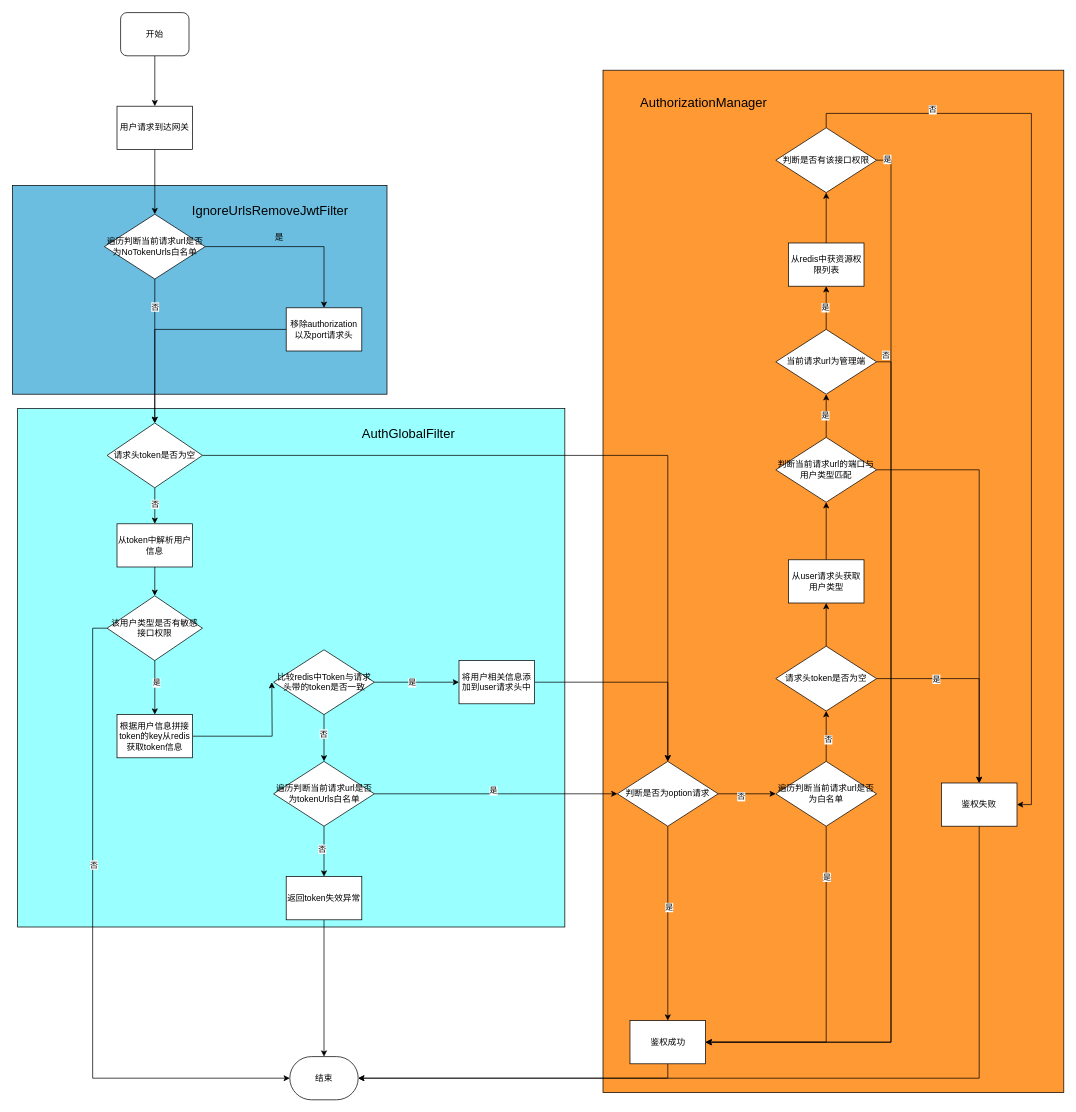
hl3482477/BigDataLearnIng keeps this draw.io diagram as drawio/nct_auth.drawio. Above is the earlier version. Source tidied: cells renumbered, new cells numbered last; positions are measured from the earlier drawing's top-left corner, leaving out a move shared by most shapes. Both pictures are drawn from the tidied source at 72%, with x=0, y=0 at pixel (12, 12).
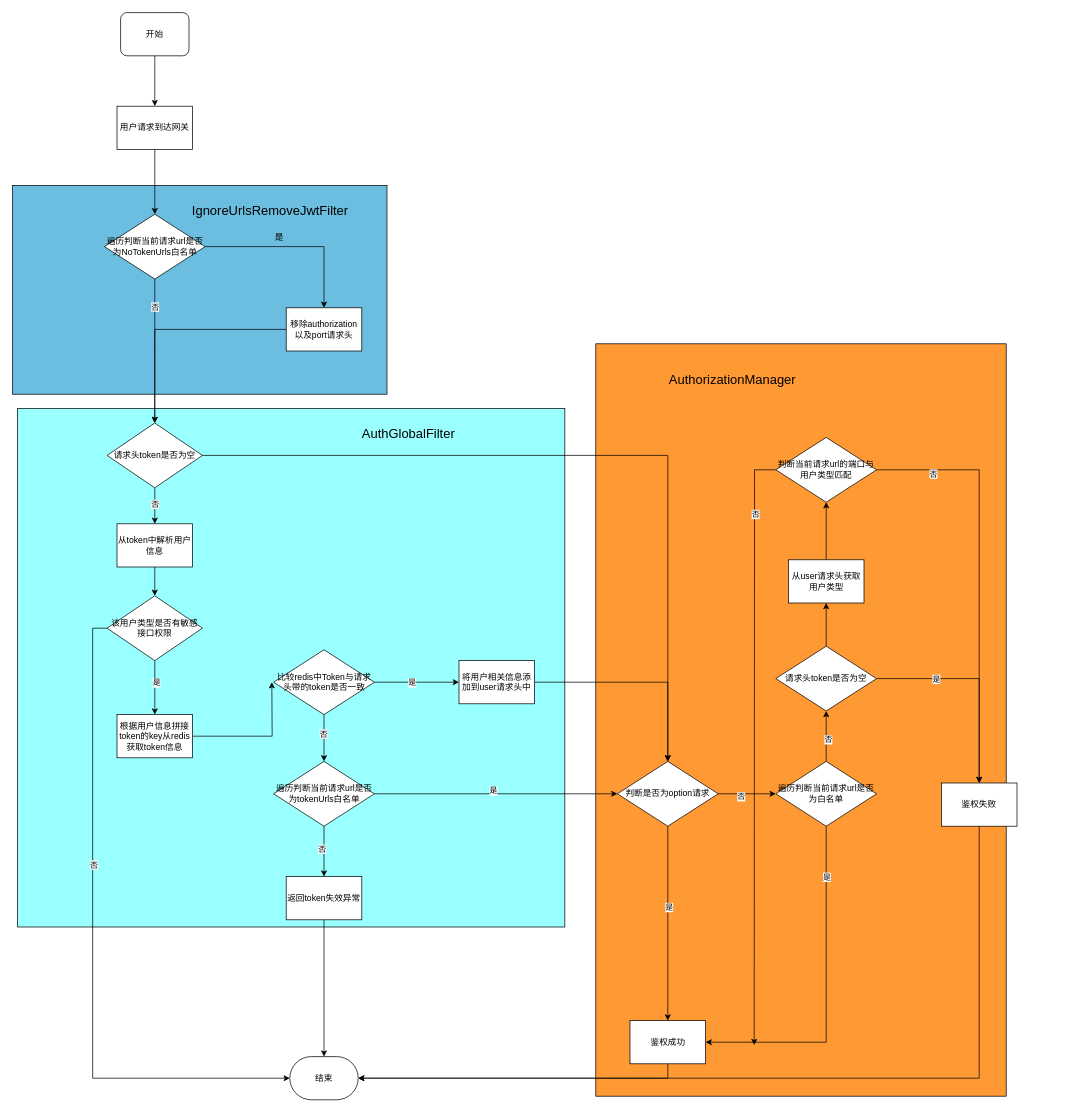
The same diagram, later.

Unchanged cells that the change refers to:
```xml
<mxCell id="56" style="edgeStyle=orthogonalEdgeStyle;rounded=0;jettySize=auto;html=1;exitX=1;exitY=0.5;exitDx=0;exitDy=0;entryX=0.5;entryY=0;entryDx=0;entryDy=0;" parent="1" edge="1" source="59" target="69">
  <mxGeometry relative="1" as="geometry" />
</mxCell>
<mxCell id="59" value="判断当前请求url的端口与用户类型匹配" style="rhombus;whiteSpace=wrap;html=1;" parent="1" vertex="1">
  <mxGeometry x="1060" y="590" width="140" height="90" as="geometry" />
</mxCell>
<mxCell id="67" value="鉴权成功" style="rounded=0;whiteSpace=wrap;html=1;" parent="1" vertex="1">
  <mxGeometry x="857.5" y="1400" width="105" height="60" as="geometry" />
</mxCell>
<mxCell id="69" value="鉴权失败" style="rounded=0;whiteSpace=wrap;html=1;" parent="1" vertex="1">
  <mxGeometry x="1290" y="1070" width="105" height="60" as="geometry" />
</mxCell>
```

What changed in the source:
```diff
@@
     <mxCell id="2" style="rounded=0;whiteSpace=wrap;html=1;fillColor=#FF9933;" parent="1" vertex="1">
-      <mxGeometry x="820" y="80" width="640" height="1420" as="geometry" />
+      <mxGeometry x="810" y="460" width="570" height="1045" as="geometry" />
     </mxCell>
@@
-    <mxCell id="49" style="edgeStyle=orthogonalEdgeStyle;rounded=0;jettySize=auto;html=1;" parent="1" edge="1" source="53" target="76">
-      <mxGeometry relative="1" as="geometry" />
-    </mxCell>
-    <mxCell id="50" value="是" style="edgeLabel;html=1;align=center;verticalAlign=middle;" parent="49" vertex="1">
-      <mxGeometry x="0.03" y="2" relative="1" as="geometry" />
-    </mxCell>
-    <mxCell id="51" style="edgeStyle=orthogonalEdgeStyle;rounded=0;jettySize=auto;html=1;exitX=1;exitY=0.5;exitDx=0;exitDy=0;entryX=1;entryY=0.5;entryDx=0;entryDy=0;" parent="1" edge="1" source="53" target="67">
-      <mxGeometry relative="1" as="geometry" />
-    </mxCell>
-    <mxCell id="52" value="否" style="edgeLabel;html=1;align=center;verticalAlign=middle;" parent="51" vertex="1">
-      <mxGeometry x="-0.97" y="5" relative="1" as="geometry">
-        <mxPoint x="-6" y="-5" as="offset" />
-      </mxGeometry>
-    </mxCell>
-    <mxCell id="53" value="当前请求url为管理端" style="rhombus;whiteSpace=wrap;html=1;" parent="1" vertex="1">
-      <mxGeometry x="1060" y="440" width="140" height="90" as="geometry" />
-    </mxCell>
@@
-    <mxCell id="57" style="edgeStyle=orthogonalEdgeStyle;rounded=0;jettySize=auto;html=1;" parent="1" edge="1" source="59" target="53">
-      <mxGeometry relative="1" as="geometry" />
-    </mxCell>
-    <mxCell id="58" value="是" style="edgeLabel;html=1;align=center;verticalAlign=middle;" parent="57" vertex="1">
-      <mxGeometry x="0.06" y="2" relative="1" as="geometry">
-        <mxPoint y="1" as="offset" />
-      </mxGeometry>
-    </mxCell>
+    <mxCell id="83" value="否" style="edgeLabel;html=1;align=center;verticalAlign=middle;" parent="56" vertex="1">
+      <mxGeometry x="-0.73" y="-5" relative="1" as="geometry" />
+    </mxCell>
+    <mxCell id="84" style="edgeStyle=orthogonalEdgeStyle;rounded=0;jettySize=auto;html=1;exitX=0;exitY=0.5;exitDx=0;exitDy=0;" parent="1" edge="1" source="59">
+      <mxGeometry relative="1" as="geometry">
+        <mxPoint x="1030" y="1434" as="targetPoint" />
+      </mxGeometry>
+    </mxCell>
+    <mxCell id="85" value="否" style="edgeLabel;html=1;align=center;verticalAlign=middle;" parent="84" vertex="1">
+      <mxGeometry x="-0.78" y="1" relative="1" as="geometry" />
+    </mxCell>
@@
-    <mxCell id="70" style="edgeStyle=orthogonalEdgeStyle;rounded=0;jettySize=auto;html=1;exitX=1;exitY=0.5;exitDx=0;exitDy=0;entryX=1;entryY=0.5;entryDx=0;entryDy=0;" parent="1" edge="1" source="74" target="67">
-      <mxGeometry relative="1" as="geometry" />
-    </mxCell>
-    <mxCell id="71" value="是" style="edgeLabel;html=1;align=center;verticalAlign=middle;" parent="70" vertex="1">
-      <mxGeometry x="-0.98" y="2" relative="1" as="geometry">
-        <mxPoint x="-1" as="offset" />
-      </mxGeometry>
-    </mxCell>
-    <mxCell id="72" style="edgeStyle=orthogonalEdgeStyle;rounded=0;jettySize=auto;html=1;exitX=0.5;exitY=0;exitDx=0;exitDy=0;entryX=1;entryY=0.5;entryDx=0;entryDy=0;" parent="1" edge="1" source="74" target="69">
-      <mxGeometry relative="1" as="geometry" />
-    </mxCell>
-    <mxCell id="73" value="否" style="edgeLabel;html=1;align=center;verticalAlign=middle;" parent="72" vertex="1">
-      <mxGeometry x="-0.74" y="6" relative="1" as="geometry" />
-    </mxCell>
-    <mxCell id="74" value="判断是否有该接口权限" style="rhombus;whiteSpace=wrap;html=1;" parent="1" vertex="1">
-      <mxGeometry x="1060" y="160" width="140" height="90" as="geometry" />
-    </mxCell>
-    <mxCell id="75" style="edgeStyle=orthogonalEdgeStyle;rounded=0;jettySize=auto;html=1;exitX=0.5;exitY=0;exitDx=0;exitDy=0;entryX=0.5;entryY=1;entryDx=0;entryDy=0;" parent="1" edge="1" source="76" target="74">
-      <mxGeometry relative="1" as="geometry" />
-    </mxCell>
-    <mxCell id="76" value="从redis中获资源权限列表" style="rounded=0;whiteSpace=wrap;html=1;" parent="1" vertex="1">
-      <mxGeometry x="1077.5" y="320" width="105" height="60" as="geometry" />
-    </mxCell>
     <mxCell id="77" value="&lt;font style=&quot;font-size: 18px;&quot;&gt;AuthorizationManager&lt;/font&gt;" style="text;html=1;strokeColor=none;fillColor=none;align=center;verticalAlign=middle;whiteSpace=wrap;rounded=0;" parent="1" vertex="1">
-      <mxGeometry x="930" y="110" width="60" height="30" as="geometry" />
+      <mxGeometry x="970" y="495" width="60" height="30" as="geometry" />
     </mxCell>
```
